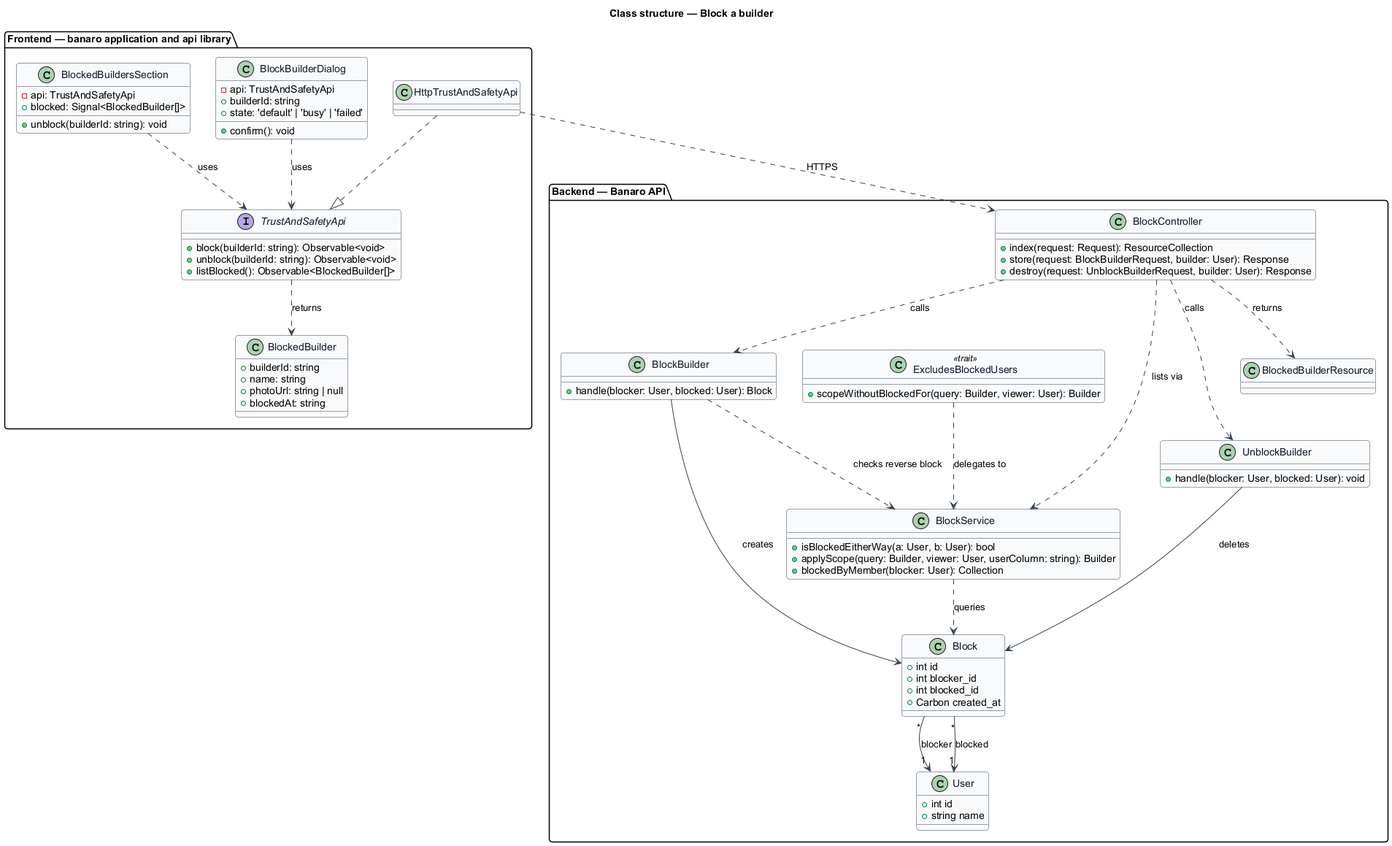
Earlier version of the PlantUML export docs/detailed-designs/trust-and-safety/block-builder/diagrams/class-structure.png (QuinntyneBrown/banaro).
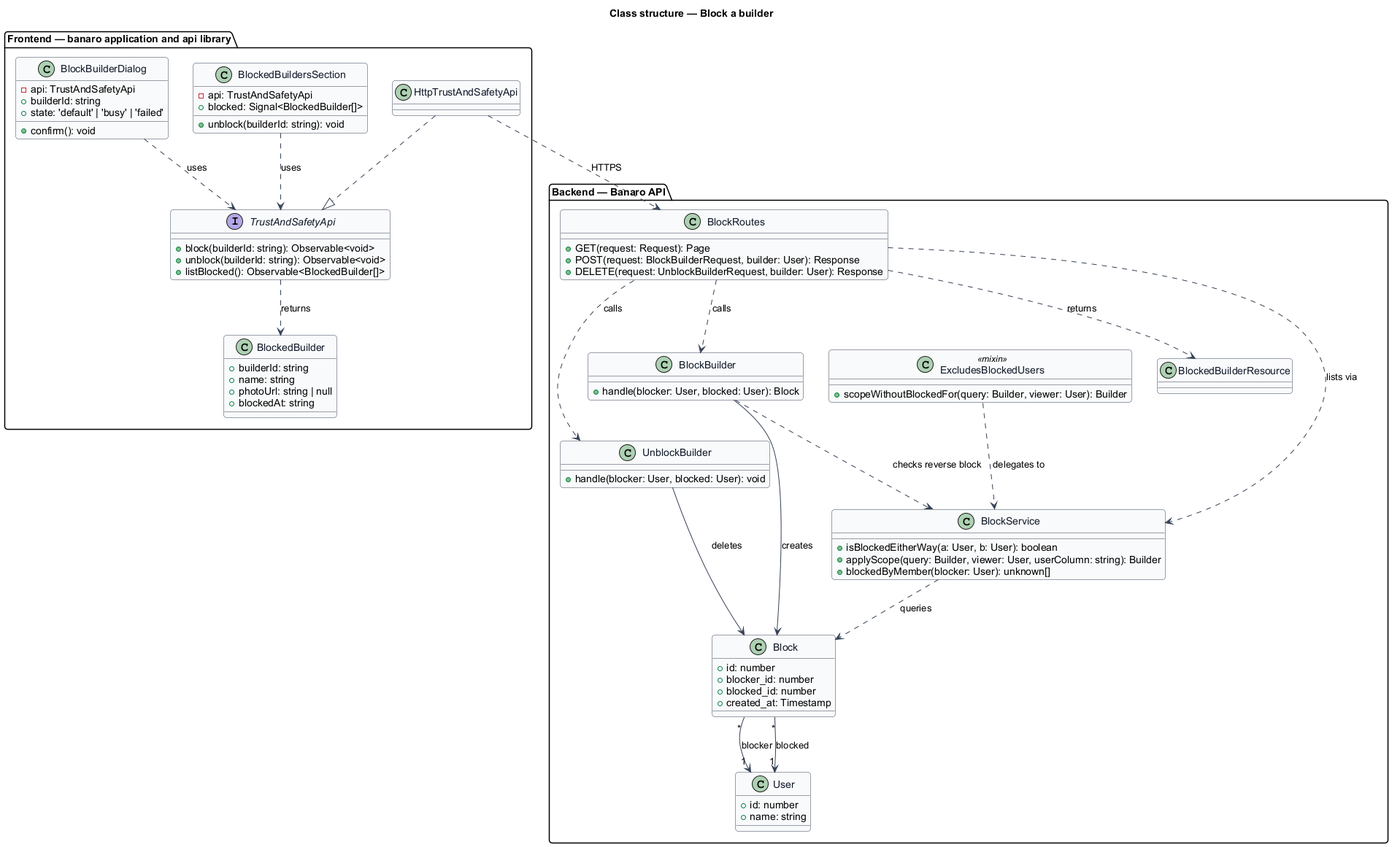
After the change.

The edit, as a diff of the source:
```diff
@@ -38,10 +38,10 @@
 }
 
 package "Backend — Banaro API" {
-  class BlockController {
-    +index(request: Request): ResourceCollection
-    +store(request: BlockBuilderRequest, builder: User): Response
-    +destroy(request: UnblockBuilderRequest, builder: User): Response
+  class BlockRoutes {
+    +GET(request: Request): Page
+    +POST(request: BlockBuilderRequest, builder: User): Response
+    +DELETE(request: UnblockBuilderRequest, builder: User): Response
   }
   class BlockBuilder {
     +handle(blocker: User, blocked: User): Block
@@ -50,22 +50,22 @@
     +handle(blocker: User, blocked: User): void
   }
   class BlockService {
-    +isBlockedEitherWay(a: User, b: User): bool
+    +isBlockedEitherWay(a: User, b: User): boolean
     +applyScope(query: Builder, viewer: User, userColumn: string): Builder
-    +blockedByMember(blocker: User): Collection
+    +blockedByMember(blocker: User): unknown[]
   }
-  class ExcludesBlockedUsers <<trait>> {
+  class ExcludesBlockedUsers <<mixin>> {
     +scopeWithoutBlockedFor(query: Builder, viewer: User): Builder
   }
   class Block {
-    +int id
-    +int blocker_id
-    +int blocked_id
-    +Carbon created_at
+    +id: number
+    +blocker_id: number
+    +blocked_id: number
+    +created_at: Timestamp
   }
   class User {
-    +int id
-    +string name
+    +id: number
+    +name: string
   }
   class BlockedBuilderResource
 }
@@ -74,12 +74,12 @@
 BlockedBuildersSection ..> TrustAndSafetyApi : uses
 HttpTrustAndSafetyApi ..|> TrustAndSafetyApi
 TrustAndSafetyApi ..> BlockedBuilder : returns
-HttpTrustAndSafetyApi ..> BlockController : HTTPS
+HttpTrustAndSafetyApi ..> BlockRoutes : HTTPS
 
-BlockController ..> BlockBuilder : calls
-BlockController ..> UnblockBuilder : calls
-BlockController ..> BlockedBuilderResource : returns
-BlockController ..> BlockService : lists via
+BlockRoutes ..> BlockBuilder : calls
+BlockRoutes ..> UnblockBuilder : calls
+BlockRoutes ..> BlockedBuilderResource : returns
+BlockRoutes ..> BlockService : lists via
 BlockBuilder ..> BlockService : checks reverse block
 BlockBuilder --> Block : creates
 UnblockBuilder --> Block : deletes
```
